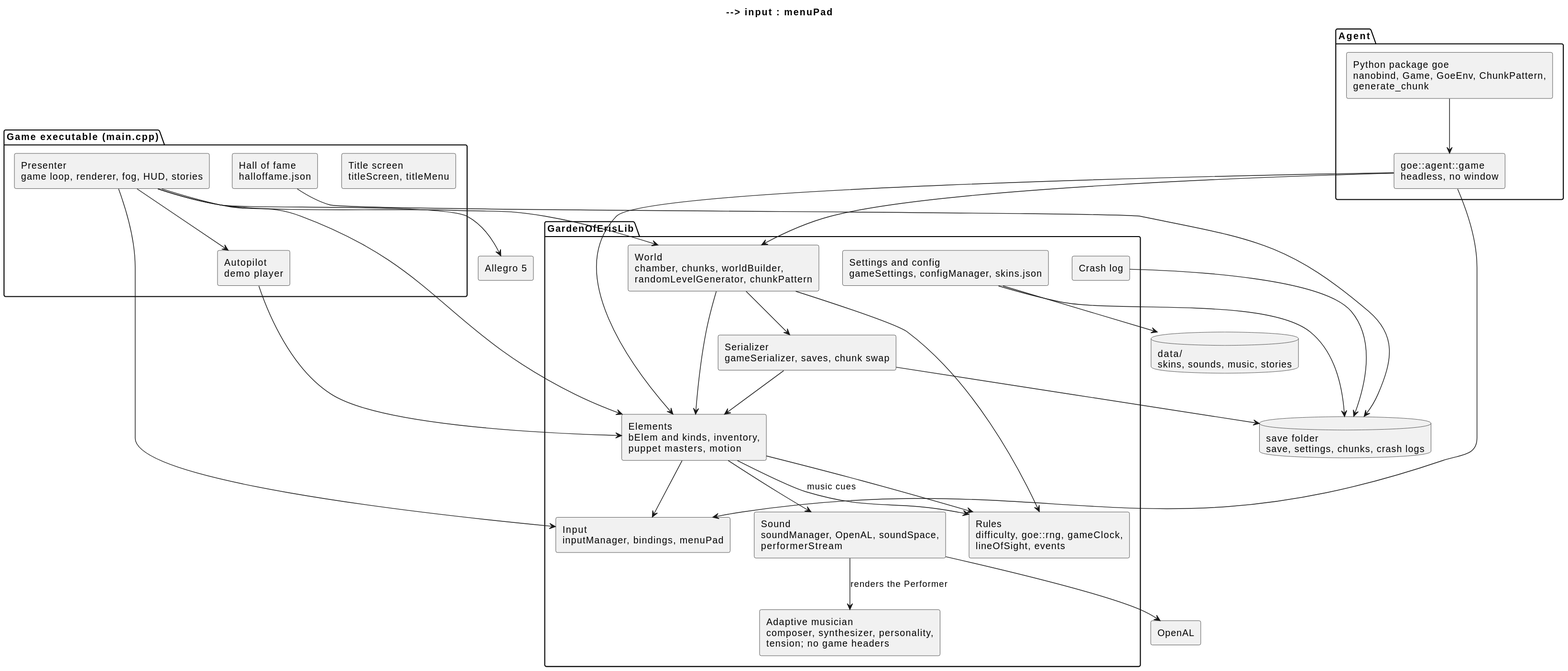
Earlier version of the PlantUML export docs/diagrams/14-components.svg (arielkonopka/Gardens-of-Eris). Source of this version:
```plantuml
@startuml
title Modules and how they depend on each other
skinparam componentStyle rectangle

package "Game executable (main.cpp)" {
  [Title screen\ntitleScreen, titleMenu] as title
  [Presenter\ngame loop, renderer, fog, HUD, stories] as pres
  [Autopilot\ndemo player] as pilot
  [Hall of fame\nhalloffame.json] as fame
}

package "GardenOfErisLib" {
  [Elements\nbElem and kinds, inventory,\npuppet masters, motion] as elems
  [World\nchamber, chunks, worldBuilder,\nrandomLevelGenerator, chunkPattern] as world
  [Serializer\ngameSerializer, saves, chunk swap] as ser
  [Rules\ndifficulty, goe::rng, gameClock,\nlineOfSight, events] as rules
  [Input\ninputManager, bindings, menuPad] as input
  [Sound\nsoundManager, OpenAL, soundSpace,\nperformerStream] as sound
  [Adaptive musician\ncomposer, synthesizer, personality,\ntension; no game headers] as musician
  [Settings and config\ngameSettings, configManager, skins.json] as cfg
  [Crash log] as crash
}

package "Agent" {
  [goe::agent::game\nheadless, no window] as agent
  [Python package goe\nnanobind, Game, GoeEnv, ChunkPattern,\ngenerate_chunk] as python
}

database "data/\nskins, sounds, music, stories" as data
database "save folder\nsave, settings, chunks, crash logs" as saves
[Allegro 5] as allegro
[OpenAL] as openal

title --> pres
title --> fame
pres --> pilot
pres --> elems
pres --> world
pres --> input
pres --> allegro
pilot --> elems
elems --> rules
elems --> sound
elems --> input
world --> elems
world --> rules
world --> ser
ser --> elems
ser --> saves
fame --> saves
cfg --> data
cfg --> saves
sound --> openal
sound --> musician : renders the Performer
elems --> rules : music cues
title --> cfg
title --> input : menuPad
crash --> saves
python --> agent
agent --> world
agent --> elems
agent --> input
@enduml
```
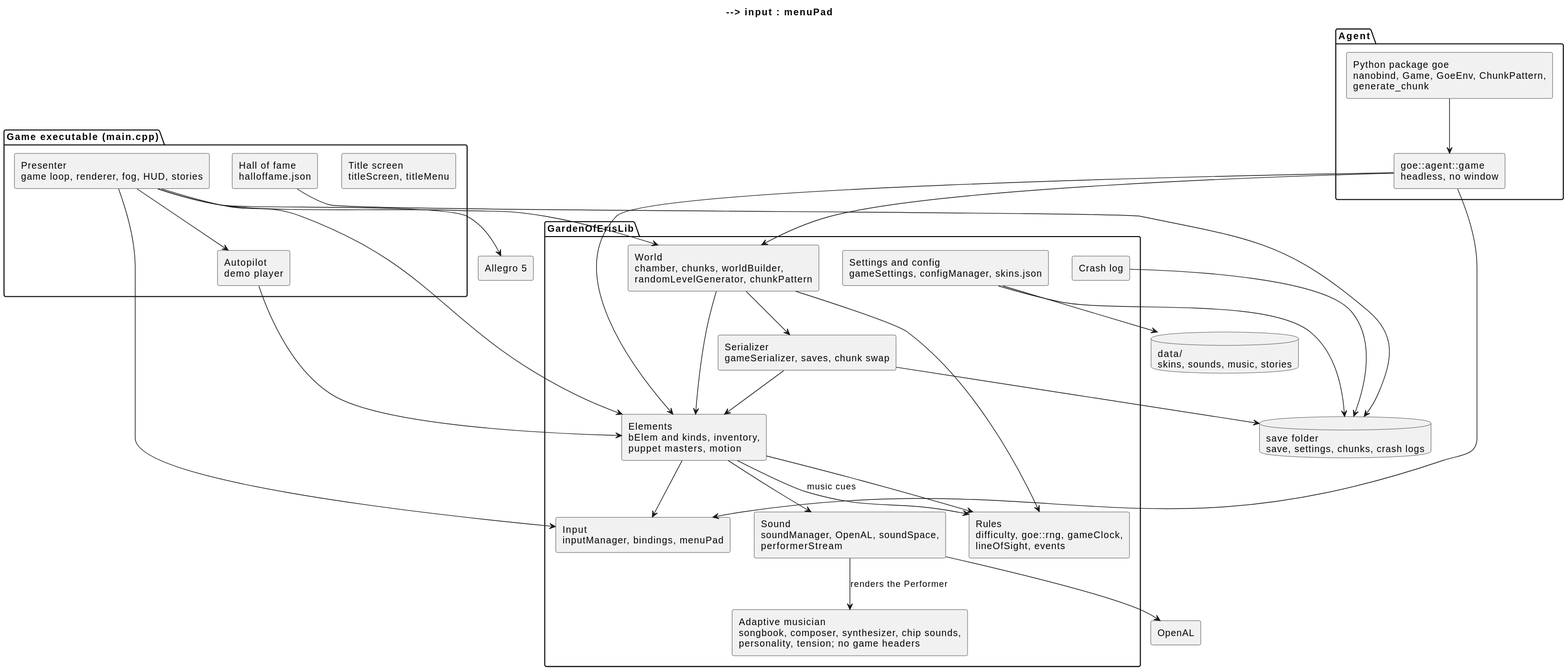
Above is the later version.

What changed in the source:
```diff
@@ -16,7 +16,7 @@
   [Rules\ndifficulty, goe::rng, gameClock,\nlineOfSight, events] as rules
   [Input\ninputManager, bindings, menuPad] as input
   [Sound\nsoundManager, OpenAL, soundSpace,\nperformerStream] as sound
-  [Adaptive musician\ncomposer, synthesizer, personality,\ntension; no game headers] as musician
+  [Adaptive musician\nsongbook, composer, synthesizer, chip sounds,\npersonality, tension; no game headers] as musician
   [Settings and config\ngameSettings, configManager, skins.json] as cfg
   [Crash log] as crash
 }
```
